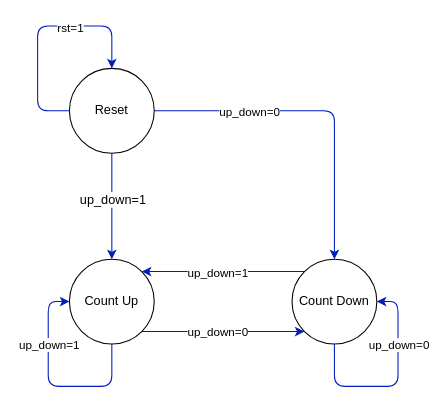
Before: 1/FSM.drawio in gordonpow/lab_hardware_test, a draw.io diagram. Source tidied: cells renumbered, new cells numbered last; positions are measured from the earlier drawing's top-left corner, leaving out a move shared by most shapes. Both pictures are drawn from the tidied source at 106%, with x=0, y=0 at pixel (37, 25).
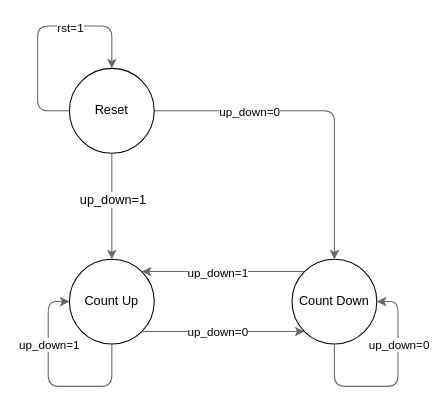
The same page after the edit.

Commit message:
fix : Question 1 img_MSC of readme.md

Unchanged cells that the change refers to:
```xml
<mxCell id="4" value="Count Up" style="ellipse;whiteSpace=wrap;html=1;" parent="1" vertex="1">
  <mxGeometry x="30" y="220" width="80" height="80" as="geometry" />
</mxCell>
<mxCell id="7" value="Count Down" style="ellipse;whiteSpace=wrap;html=1;" parent="1" vertex="1">
  <mxGeometry x="240" y="220" width="80" height="80" as="geometry" />
</mxCell>
<mxCell id="12" value="Reset" style="ellipse;whiteSpace=wrap;html=1;" parent="1" vertex="1">
  <mxGeometry x="30" y="40" width="80" height="80" as="geometry" />
</mxCell>
```

What changed in the source:
```diff
@@
-    <mxCell id="2" style="edgeStyle=none;html=1;exitX=1;exitY=1;exitDx=0;exitDy=0;entryX=0;entryY=1;entryDx=0;entryDy=0;fillColor=#0050ef;strokeColor=#001DBC;" parent="1" edge="1" source="4" target="7">
+    <mxCell id="2" style="edgeStyle=none;html=1;exitX=1;exitY=1;exitDx=0;exitDy=0;entryX=0;entryY=1;entryDx=0;entryDy=0;fillColor=#f5f5f5;strokeColor=#666666;" parent="1" edge="1" source="4" target="7">
       <mxGeometry relative="1" as="geometry" />
     </mxCell>
@@
-    <mxCell id="5" style="edgeStyle=none;html=1;exitX=0;exitY=0;exitDx=0;exitDy=0;entryX=1;entryY=0;entryDx=0;entryDy=0;fillColor=#0050ef;strokeColor=#001DBC;" parent="1" edge="1" source="7" target="4">
+    <mxCell id="5" style="edgeStyle=none;html=1;exitX=0;exitY=0;exitDx=0;exitDy=0;entryX=1;entryY=0;entryDx=0;entryDy=0;fillColor=#f5f5f5;strokeColor=#666666;" parent="1" edge="1" source="7" target="4">
       <mxGeometry relative="1" as="geometry" />
     </mxCell>
@@
-    <mxCell id="8" style="edgeStyle=none;html=1;exitX=0.5;exitY=1;exitDx=0;exitDy=0;entryX=0.5;entryY=0;entryDx=0;entryDy=0;fillColor=#0050ef;strokeColor=#001DBC;" parent="1" edge="1" source="12" target="4">
+    <mxCell id="8" style="edgeStyle=none;html=1;exitX=0.5;exitY=1;exitDx=0;exitDy=0;entryX=0.5;entryY=0;entryDx=0;entryDy=0;fillColor=#f5f5f5;strokeColor=#666666;" parent="1" edge="1" source="12" target="4">
       <mxGeometry relative="1" as="geometry" />
     </mxCell>
@@
-    <mxCell id="10" style="edgeStyle=none;html=1;exitX=1;exitY=0.5;exitDx=0;exitDy=0;entryX=0.5;entryY=0;entryDx=0;entryDy=0;fillColor=#0050ef;strokeColor=#001DBC;" parent="1" edge="1" source="12" target="7">
+    <mxCell id="10" style="edgeStyle=none;html=1;exitX=1;exitY=0.5;exitDx=0;exitDy=0;entryX=0.5;entryY=0;entryDx=0;entryDy=0;fillColor=#f5f5f5;strokeColor=#666666;" parent="1" edge="1" source="12" target="7">
       <mxGeometry relative="1" as="geometry">
         <Array as="points">
           <mxPoint x="280" y="80" />
         </Array>
       </mxGeometry>
     </mxCell>
@@
-    <mxCell id="13" style="edgeStyle=none;html=1;exitX=0;exitY=0.5;exitDx=0;exitDy=0;entryX=0.5;entryY=0;entryDx=0;entryDy=0;fillColor=#0050ef;strokeColor=#001DBC;" parent="1" edge="1" source="12" target="12">
+    <mxCell id="13" style="edgeStyle=none;html=1;exitX=0;exitY=0.5;exitDx=0;exitDy=0;entryX=0.5;entryY=0;entryDx=0;entryDy=0;fillColor=#f5f5f5;strokeColor=#666666;jumpStyle=none;rounded=1;" parent="1" edge="1" source="12" target="12">
       <mxGeometry relative="1" as="geometry">
         <Array as="points">
           <mxPoint y="80" />
           <mxPoint />
           <mxPoint x="70" />
         </Array>
       </mxGeometry>
     </mxCell>
@@
-    <mxCell id="15" style="edgeStyle=none;html=1;exitX=0.5;exitY=1;exitDx=0;exitDy=0;entryX=0;entryY=0.5;entryDx=0;entryDy=0;fillColor=#0050ef;strokeColor=#001DBC;" parent="1" edge="1" source="4" target="4">
+    <mxCell id="15" style="edgeStyle=none;html=1;exitX=0.5;exitY=1;exitDx=0;exitDy=0;entryX=0;entryY=0.5;entryDx=0;entryDy=0;fillColor=#f5f5f5;strokeColor=#666666;" parent="1" edge="1" source="4" target="4">
       <mxGeometry relative="1" as="geometry">
         <Array as="points">
           <mxPoint x="70" y="340" />
           <mxPoint x="10" y="340" />
           <mxPoint x="10" y="260" />
         </Array>
       </mxGeometry>
     </mxCell>
@@
-    <mxCell id="17" style="edgeStyle=none;html=1;exitX=0.5;exitY=1;exitDx=0;exitDy=0;entryX=1;entryY=0.5;entryDx=0;entryDy=0;fillColor=#0050ef;strokeColor=#001DBC;" parent="1" edge="1" source="7" target="7">
+    <mxCell id="17" style="edgeStyle=none;html=1;exitX=0.5;exitY=1;exitDx=0;exitDy=0;entryX=1;entryY=0.5;entryDx=0;entryDy=0;fillColor=#f5f5f5;strokeColor=#666666;" parent="1" edge="1" source="7" target="7">
       <mxGeometry relative="1" as="geometry">
         <Array as="points">
           <mxPoint x="280" y="340" />
           <mxPoint x="340" y="340" />
           <mxPoint x="340" y="260" />
         </Array>
       </mxGeometry>
     </mxCell>
```
